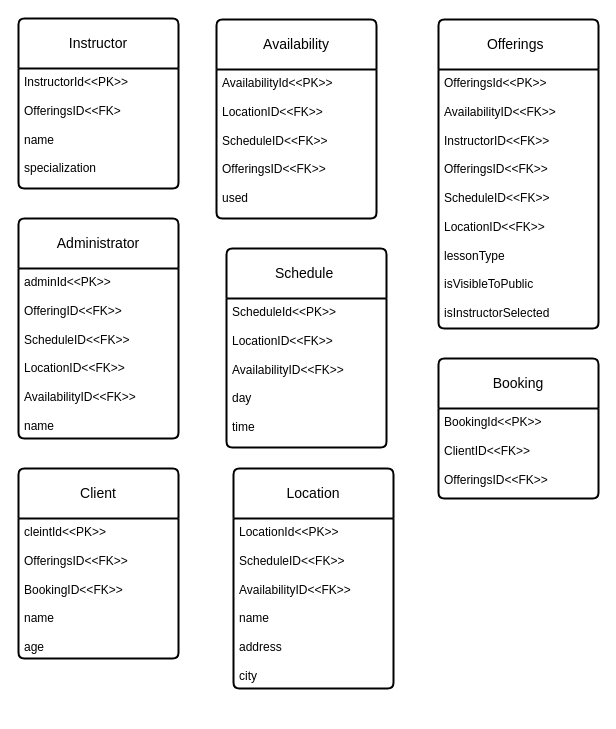
Before: iteration 4/Untitled Diagram.drawio in codedsami/SOEN-342-Project, a draw.io diagram. Source tidied: cells renumbered, new cells numbered last; positions are measured from the earlier drawing's top-left corner, leaving out a move shared by most shapes. Both pictures are drawn from the tidied source at 100%, with x=0, y=0 at pixel (18, 18).
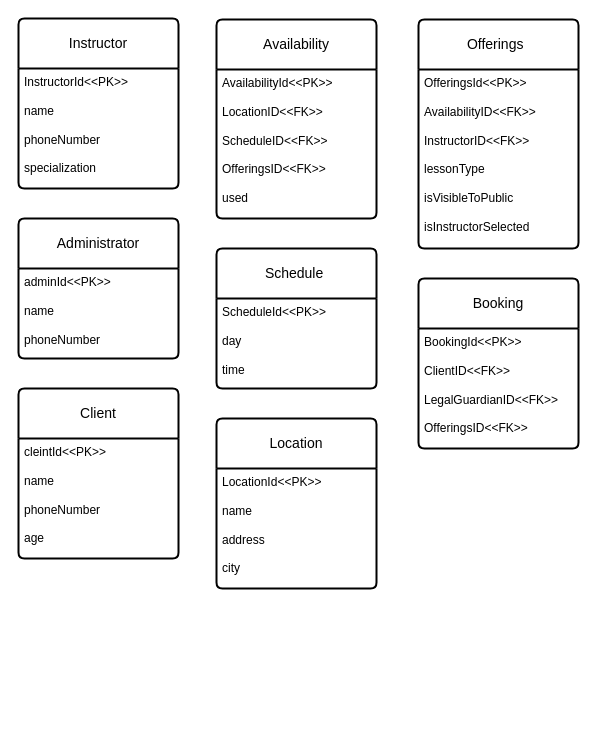
After the change.

What changed in the source:
```diff
@@
 <mxGraphModel>
   <root>
     <mxCell id="0" />
     <mxCell id="1" parent="0" />
     <mxCell id="2" value="Instructor" style="swimlane;horizontal=1;startSize=50;rounded=1;fontSize=14;fontStyle=0;strokeWidth=2;shadow=0;dashed=0;align=center;arcSize=4;whiteSpace=wrap;html=1;" parent="1" vertex="1">
       <mxGeometry width="160" height="170" as="geometry" />
     </mxCell>
-    <mxCell id="3" value="&lt;div&gt;InstructorId&amp;lt;&amp;lt;PK&amp;gt;&amp;gt;&lt;/div&gt;&lt;div&gt;&lt;br&gt;&lt;/div&gt;&lt;div&gt;OfferingsID&amp;lt;&amp;lt;FK&amp;gt;&lt;br&gt;&lt;/div&gt;&lt;div&gt;&lt;br&gt;&lt;/div&gt;&lt;div&gt;name&lt;/div&gt;&lt;div&gt;&lt;br&gt;&lt;/div&gt;&lt;div&gt;specialization&lt;br&gt;&lt;/div&gt;" style="align=left;strokeColor=none;fillColor=none;spacingLeft=4;fontSize=12;verticalAlign=top;html=1;" parent="2" vertex="1">
+    <mxCell id="3" value="&lt;div&gt;InstructorId&amp;lt;&amp;lt;PK&amp;gt;&amp;gt;&lt;/div&gt;&lt;div&gt;&lt;br&gt;&lt;/div&gt;&lt;div&gt;name&lt;/div&gt;&lt;div&gt;&lt;br&gt;&lt;/div&gt;&lt;div&gt;phoneNumber&lt;br&gt;&lt;/div&gt;&lt;div&gt;&lt;br&gt;&lt;/div&gt;&lt;div&gt;specialization&lt;br&gt;&lt;/div&gt;" style="align=left;strokeColor=none;fillColor=none;spacingLeft=4;fontSize=12;verticalAlign=top;html=1;" parent="2" vertex="1">
       <mxGeometry y="50" width="160" height="120" as="geometry" />
     </mxCell>
     <mxCell id="4" value="Administrator" style="swimlane;horizontal=1;startSize=50;rounded=1;fontSize=14;fontStyle=0;strokeWidth=2;shadow=0;dashed=0;align=center;arcSize=4;whiteSpace=wrap;html=1;" parent="1" vertex="1">
-      <mxGeometry y="200" width="160" height="220" as="geometry" />
+      <mxGeometry y="200" width="160" height="140" as="geometry" />
     </mxCell>
-    <mxCell id="5" value="&lt;div&gt;adminId&amp;lt;&amp;lt;PK&amp;gt;&amp;gt;&lt;/div&gt;&lt;div&gt;&lt;br&gt;&lt;/div&gt;&lt;div&gt;OfferingID&amp;lt;&amp;lt;FK&amp;gt;&amp;gt;&lt;/div&gt;&lt;div&gt;&lt;br&gt;&lt;/div&gt;&lt;div&gt;ScheduleID&amp;lt;&amp;lt;FK&amp;gt;&amp;gt;&lt;/div&gt;&lt;div&gt;&lt;br&gt;&lt;/div&gt;&lt;div&gt;LocationID&amp;lt;&amp;lt;FK&amp;gt;&amp;gt;&lt;/div&gt;&lt;div&gt;&lt;br&gt;&lt;/div&gt;&lt;div&gt;AvailabilityID&amp;lt;&amp;lt;FK&amp;gt;&amp;gt;&lt;br&gt;&lt;/div&gt;&lt;div&gt;&lt;br&gt;&lt;/div&gt;&lt;div&gt;name&lt;/div&gt;&lt;div&gt;&lt;br&gt;&lt;/div&gt;&lt;div&gt;&lt;br&gt;&lt;/div&gt;&lt;div&gt;&lt;br&gt;&lt;/div&gt;" style="align=left;strokeColor=none;fillColor=none;spacingLeft=4;fontSize=12;verticalAlign=top;html=1;" parent="4" vertex="1">
-      <mxGeometry y="50" width="160" height="170" as="geometry" />
+    <mxCell id="5" value="&lt;div&gt;adminId&amp;lt;&amp;lt;PK&amp;gt;&amp;gt;&lt;/div&gt;&lt;div&gt;&lt;br&gt;&lt;/div&gt;&lt;div&gt;name&lt;/div&gt;&lt;div&gt;&lt;br&gt;&lt;/div&gt;&lt;div&gt;phoneNumber&lt;br&gt;&lt;/div&gt;&lt;div&gt;&lt;br&gt;&lt;/div&gt;" style="align=left;strokeColor=none;fillColor=none;spacingLeft=4;fontSize=12;verticalAlign=top;html=1;" parent="4" vertex="1">
+      <mxGeometry y="50" width="160" height="90" as="geometry" />
     </mxCell>
     <mxCell id="6" value="Client" style="swimlane;horizontal=1;startSize=50;rounded=1;fontSize=14;fontStyle=0;strokeWidth=2;shadow=0;dashed=0;align=center;arcSize=4;whiteSpace=wrap;html=1;" parent="1" vertex="1">
-      <mxGeometry y="450" width="160" height="190" as="geometry" />
+      <mxGeometry y="370" width="160" height="170" as="geometry" />
     </mxCell>
-    <mxCell id="7" value="&lt;div&gt;cleintId&amp;lt;&amp;lt;PK&amp;gt;&amp;gt;&lt;/div&gt;&lt;div&gt;&lt;br&gt;&lt;/div&gt;&lt;div&gt;OfferingsID&amp;lt;&amp;lt;FK&amp;gt;&amp;gt;&lt;/div&gt;&lt;div&gt;&lt;br&gt;&lt;/div&gt;&lt;div&gt;BookingID&amp;lt;&amp;lt;FK&amp;gt;&amp;gt;&lt;br&gt;&lt;/div&gt;&lt;div&gt;&lt;br&gt;&lt;/div&gt;&lt;div&gt;name&lt;/div&gt;&lt;div&gt;&lt;br&gt;&lt;/div&gt;&lt;div&gt;age&lt;br&gt;&lt;/div&gt;&lt;div&gt;&lt;br&gt;&lt;/div&gt;" style="align=left;strokeColor=none;fillColor=none;spacingLeft=4;fontSize=12;verticalAlign=top;html=1;" parent="6" vertex="1">
-      <mxGeometry y="50" width="160" height="140" as="geometry" />
+    <mxCell id="7" value="&lt;div&gt;cleintId&amp;lt;&amp;lt;PK&amp;gt;&amp;gt;&lt;/div&gt;&lt;div&gt;&lt;br&gt;&lt;/div&gt;&lt;div&gt;name&lt;/div&gt;&lt;div&gt;&lt;br&gt;&lt;/div&gt;&lt;div&gt;phoneNumber&lt;br&gt;&lt;/div&gt;&lt;div&gt;&lt;br&gt;&lt;/div&gt;&lt;div&gt;age&lt;br&gt;&lt;/div&gt;&lt;div&gt;&lt;br&gt;&lt;/div&gt;" style="align=left;strokeColor=none;fillColor=none;spacingLeft=4;fontSize=12;verticalAlign=top;html=1;" parent="6" vertex="1">
+      <mxGeometry y="50" width="160" height="120" as="geometry" />
     </mxCell>
     <mxCell id="8" value="Availability" style="swimlane;horizontal=1;startSize=50;rounded=1;fontSize=14;fontStyle=0;strokeWidth=2;shadow=0;dashed=0;align=center;arcSize=4;whiteSpace=wrap;html=1;" parent="1" vertex="1">
       <mxGeometry x="198" y="1" width="160" height="199" as="geometry" />
     </mxCell>
     <mxCell id="9" value="&lt;div&gt;AvailabilityId&amp;lt;&amp;lt;PK&amp;gt;&amp;gt;&lt;/div&gt;&lt;div&gt;&lt;br&gt;&lt;/div&gt;&lt;div&gt;LocationID&amp;lt;&amp;lt;FK&amp;gt;&amp;gt;&lt;/div&gt;&lt;div&gt;&lt;br&gt;&lt;/div&gt;&lt;div&gt;ScheduleID&amp;lt;&amp;lt;FK&amp;gt;&amp;gt;&lt;/div&gt;&lt;div&gt;&lt;br&gt;&lt;/div&gt;&lt;div&gt;OfferingsID&amp;lt;&amp;lt;FK&amp;gt;&amp;gt;&lt;br&gt;&lt;/div&gt;&lt;div&gt;&lt;br&gt;&lt;/div&gt;&lt;div&gt;used&lt;br&gt;&lt;/div&gt;&lt;div&gt;&lt;br&gt;&lt;/div&gt;&lt;div&gt;&lt;br&gt;&lt;/div&gt;" style="align=left;strokeColor=none;fillColor=none;spacingLeft=4;fontSize=12;verticalAlign=top;html=1;" parent="8" vertex="1">
       <mxGeometry y="50" width="160" height="149" as="geometry" />
     </mxCell>
     <mxCell id="10" value="Schedule&lt;span style=&quot;white-space: pre;&quot;&gt;&#9;&lt;/span&gt;" style="swimlane;horizontal=1;startSize=50;rounded=1;fontSize=14;fontStyle=0;strokeWidth=2;shadow=0;dashed=0;align=center;arcSize=4;whiteSpace=wrap;html=1;" parent="1" vertex="1">
-      <mxGeometry x="208" y="230" width="160" height="199" as="geometry" />
+      <mxGeometry x="198" y="230" width="160" height="140" as="geometry" />
     </mxCell>
-    <mxCell id="11" value="&lt;div&gt;ScheduleId&amp;lt;&amp;lt;PK&amp;gt;&amp;gt;&lt;/div&gt;&lt;div&gt;&lt;br&gt;&lt;/div&gt;&lt;div&gt;LocationID&amp;lt;&amp;lt;FK&amp;gt;&amp;gt;&lt;/div&gt;&lt;div&gt;&lt;br&gt;&lt;/div&gt;&lt;div&gt;AvailabilityID&amp;lt;&amp;lt;FK&amp;gt;&amp;gt;&lt;/div&gt;&lt;div&gt;&lt;br&gt;&lt;/div&gt;&lt;div&gt;day&lt;/div&gt;&lt;div&gt;&lt;br&gt;&lt;/div&gt;&lt;div&gt;time&lt;br&gt;&lt;/div&gt;&lt;div&gt;&lt;br&gt;&lt;/div&gt;&lt;div&gt;&lt;br&gt;&lt;/div&gt;" style="align=left;strokeColor=none;fillColor=none;spacingLeft=4;fontSize=12;verticalAlign=top;html=1;" parent="10" vertex="1">
-      <mxGeometry y="50" width="160" height="149" as="geometry" />
+    <mxCell id="11" value="&lt;div&gt;ScheduleId&amp;lt;&amp;lt;PK&amp;gt;&amp;gt;&lt;/div&gt;&lt;div&gt;&lt;br&gt;&lt;/div&gt;&lt;div&gt;day&lt;/div&gt;&lt;div&gt;&lt;br&gt;&lt;/div&gt;&lt;div&gt;time&lt;br&gt;&lt;/div&gt;&lt;div&gt;&lt;br&gt;&lt;/div&gt;&lt;div&gt;&lt;br&gt;&lt;/div&gt;" style="align=left;strokeColor=none;fillColor=none;spacingLeft=4;fontSize=12;verticalAlign=top;html=1;" parent="10" vertex="1">
+      <mxGeometry y="50" width="160" height="90" as="geometry" />
     </mxCell>
     <mxCell id="12" value="Location" style="swimlane;horizontal=1;startSize=50;rounded=1;fontSize=14;fontStyle=0;strokeWidth=2;shadow=0;dashed=0;align=center;arcSize=4;whiteSpace=wrap;html=1;" parent="1" vertex="1">
-      <mxGeometry x="215" y="450" width="160" height="220" as="geometry" />
+      <mxGeometry x="198" y="400" width="160" height="170" as="geometry" />
     </mxCell>
-    <mxCell id="13" value="&lt;div&gt;LocationId&amp;lt;&amp;lt;PK&amp;gt;&amp;gt;&lt;/div&gt;&lt;div&gt;&lt;br&gt;&lt;/div&gt;&lt;div&gt;ScheduleID&amp;lt;&amp;lt;FK&amp;gt;&amp;gt;&lt;/div&gt;&lt;div&gt;&lt;br&gt;&lt;/div&gt;&lt;div&gt;AvailabilityID&amp;lt;&amp;lt;FK&amp;gt;&amp;gt;&lt;/div&gt;&lt;div&gt;&lt;br&gt;&lt;/div&gt;&lt;div&gt;name&lt;/div&gt;&lt;div&gt;&lt;br&gt;&lt;/div&gt;&lt;div&gt;address&lt;br&gt;&lt;/div&gt;&lt;div&gt;&lt;br&gt;&lt;/div&gt;&lt;div&gt;city&lt;br&gt;&lt;/div&gt;&lt;div&gt;&lt;br&gt;&lt;/div&gt;&lt;div&gt;&lt;br&gt;&lt;/div&gt;" style="align=left;strokeColor=none;fillColor=none;spacingLeft=4;fontSize=12;verticalAlign=top;html=1;" parent="12" vertex="1">
-      <mxGeometry y="50" width="160" height="170" as="geometry" />
+    <mxCell id="13" value="&lt;div&gt;LocationId&amp;lt;&amp;lt;PK&amp;gt;&amp;gt;&lt;/div&gt;&lt;div&gt;&lt;br&gt;&lt;/div&gt;&lt;div&gt;name&lt;/div&gt;&lt;div&gt;&lt;br&gt;&lt;/div&gt;&lt;div&gt;address&lt;br&gt;&lt;/div&gt;&lt;div&gt;&lt;br&gt;&lt;/div&gt;&lt;div&gt;city&lt;br&gt;&lt;/div&gt;&lt;div&gt;&lt;br&gt;&lt;/div&gt;&lt;div&gt;&lt;br&gt;&lt;/div&gt;" style="align=left;strokeColor=none;fillColor=none;spacingLeft=4;fontSize=12;verticalAlign=top;html=1;" parent="12" vertex="1">
+      <mxGeometry y="50" width="160" height="120" as="geometry" />
     </mxCell>
     <mxCell id="14" value="Offerings&lt;span style=&quot;white-space: pre;&quot;&gt;&#9;&lt;/span&gt;" style="swimlane;horizontal=1;startSize=50;rounded=1;fontSize=14;fontStyle=0;strokeWidth=2;shadow=0;dashed=0;align=center;arcSize=4;whiteSpace=wrap;html=1;" parent="1" vertex="1">
-      <mxGeometry x="420" y="1" width="160" height="309" as="geometry" />
+      <mxGeometry x="400" y="1" width="160" height="229" as="geometry" />
     </mxCell>
-    <mxCell id="15" value="&lt;div&gt;OfferingsId&amp;lt;&amp;lt;PK&amp;gt;&amp;gt;&lt;/div&gt;&lt;div&gt;&lt;br&gt;&lt;/div&gt;&lt;div&gt;AvailabilityID&amp;lt;&amp;lt;FK&amp;gt;&amp;gt;&lt;/div&gt;&lt;div&gt;&lt;br&gt;&lt;/div&gt;&lt;div&gt;InstructorID&amp;lt;&amp;lt;FK&amp;gt;&amp;gt;&lt;/div&gt;&lt;div&gt;&lt;br&gt;&lt;/div&gt;&lt;div&gt;OfferingsID&amp;lt;&amp;lt;FK&amp;gt;&amp;gt;&lt;br&gt;&lt;/div&gt;&lt;div&gt;&lt;br&gt;&lt;/div&gt;&lt;div&gt;ScheduleID&amp;lt;&amp;lt;FK&amp;gt;&amp;gt;&lt;/div&gt;&lt;div&gt;&lt;br&gt;&lt;/div&gt;&lt;div&gt;LocationID&amp;lt;&amp;lt;FK&amp;gt;&amp;gt;&lt;/div&gt;&lt;div&gt;&lt;br&gt;&lt;/div&gt;&lt;div&gt;lessonType&lt;/div&gt;&lt;div&gt;&lt;br&gt;&lt;/div&gt;&lt;div&gt;isVisibleToPublic&lt;/div&gt;&lt;div&gt;&lt;br&gt;&lt;/div&gt;&lt;div&gt;isInstructorSelected&lt;br&gt;&lt;/div&gt;&lt;div&gt;&lt;br&gt;&lt;/div&gt;&lt;div&gt;&lt;br&gt;&lt;/div&gt;&lt;div&gt;&lt;br&gt;&lt;/div&gt;&lt;div&gt;&lt;br&gt;&lt;/div&gt;" style="align=left;strokeColor=none;fillColor=none;spacingLeft=4;fontSize=12;verticalAlign=top;html=1;" parent="14" vertex="1">
-      <mxGeometry y="50" width="160" height="259" as="geometry" />
+    <mxCell id="15" value="&lt;div&gt;OfferingsId&amp;lt;&amp;lt;PK&amp;gt;&amp;gt;&lt;/div&gt;&lt;div&gt;&lt;br&gt;&lt;/div&gt;&lt;div&gt;AvailabilityID&amp;lt;&amp;lt;FK&amp;gt;&amp;gt;&lt;/div&gt;&lt;div&gt;&lt;br&gt;&lt;/div&gt;&lt;div&gt;InstructorID&amp;lt;&amp;lt;FK&amp;gt;&amp;gt;&lt;/div&gt;&lt;div&gt;&lt;br&gt;&lt;/div&gt;&lt;div&gt;lessonType&lt;/div&gt;&lt;div&gt;&lt;br&gt;&lt;/div&gt;&lt;div&gt;isVisibleToPublic&lt;/div&gt;&lt;div&gt;&lt;br&gt;&lt;/div&gt;&lt;div&gt;isInstructorSelected&lt;br&gt;&lt;/div&gt;&lt;div&gt;&lt;br&gt;&lt;/div&gt;&lt;div&gt;&lt;br&gt;&lt;/div&gt;&lt;div&gt;&lt;br&gt;&lt;/div&gt;&lt;div&gt;&lt;br&gt;&lt;/div&gt;" style="align=left;strokeColor=none;fillColor=none;spacingLeft=4;fontSize=12;verticalAlign=top;html=1;" parent="14" vertex="1">
+      <mxGeometry y="50" width="160" height="179" as="geometry" />
     </mxCell>
     <mxCell id="16" value="Booking" style="swimlane;horizontal=1;startSize=50;rounded=1;fontSize=14;fontStyle=0;strokeWidth=2;shadow=0;dashed=0;align=center;arcSize=4;whiteSpace=wrap;html=1;" parent="1" vertex="1">
-      <mxGeometry x="420" y="340" width="160" height="140" as="geometry" />
+      <mxGeometry x="400" y="260" width="160" height="170" as="geometry" />
     </mxCell>
-    <mxCell id="17" value="&lt;div&gt;BookingId&amp;lt;&amp;lt;PK&amp;gt;&amp;gt;&lt;/div&gt;&lt;div&gt;&lt;br&gt;&lt;/div&gt;&lt;div&gt;ClientID&amp;lt;&amp;lt;FK&amp;gt;&amp;gt;&lt;/div&gt;&lt;div&gt;&lt;br&gt;&lt;/div&gt;&lt;div&gt;OfferingsID&amp;lt;&amp;lt;FK&amp;gt;&amp;gt;&lt;/div&gt;&lt;div&gt;&lt;br&gt;&lt;/div&gt;&lt;div&gt;&lt;br&gt;&lt;/div&gt;&lt;div&gt;&lt;br&gt;&lt;/div&gt;&lt;br&gt;&lt;div&gt;&lt;br&gt;&lt;/div&gt;&lt;div&gt;&lt;br&gt;&lt;/div&gt;" style="align=left;strokeColor=none;fillColor=none;spacingLeft=4;fontSize=12;verticalAlign=top;html=1;" parent="16" vertex="1">
-      <mxGeometry y="50" width="160" height="90" as="geometry" />
+    <mxCell id="17" value="&lt;div&gt;BookingId&amp;lt;&amp;lt;PK&amp;gt;&amp;gt;&lt;/div&gt;&lt;div&gt;&lt;br&gt;&lt;/div&gt;&lt;div&gt;ClientID&amp;lt;&amp;lt;FK&amp;gt;&amp;gt;&lt;/div&gt;&lt;div&gt;&lt;br&gt;&lt;/div&gt;&lt;div&gt;LegalGuardianID&amp;lt;&amp;lt;FK&amp;gt;&amp;gt;&lt;br&gt;&lt;/div&gt;&lt;div&gt;&lt;br&gt;&lt;/div&gt;&lt;div&gt;OfferingsID&amp;lt;&amp;lt;FK&amp;gt;&amp;gt;&lt;/div&gt;&lt;div&gt;&lt;br&gt;&lt;/div&gt;&lt;div&gt;&lt;br&gt;&lt;/div&gt;&lt;div&gt;&lt;br&gt;&lt;/div&gt;&lt;br&gt;&lt;div&gt;&lt;br&gt;&lt;/div&gt;&lt;div&gt;&lt;br&gt;&lt;/div&gt;" style="align=left;strokeColor=none;fillColor=none;spacingLeft=4;fontSize=12;verticalAlign=top;html=1;" parent="16" vertex="1">
+      <mxGeometry y="50" width="160" height="120" as="geometry" />
     </mxCell>
   </root>
 </mxGraphModel>
```
